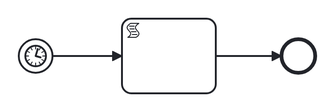
This is conformance/catalog/diagrams/timer-start.png from pblumer/atlas, a BPMN export, as it was before one commit. Its source is kept beside it as conformance/models/timer-start.bpmn. Ids are renumbered. Source of this version:
```xml
<!--
  Conformance micro-fixture: a timer start event.

  A duration timer (PT30S) starts a new instance: timerStart "on_schedule" ->
  script "tick" -> End. There is no CreateInstance call — the suite's Start hook
  arms the start timer, advances the clock past its due date with TimerStart(31s),
  and the timer births the instance, which the inline script self-completes.
-->
<definitions xmlns="http://www.omg.org/spec/BPMN/20100524/MODEL"
             xmlns:bpmndi="http://www.omg.org/spec/BPMN/20100524/DI"
             xmlns:dc="http://www.omg.org/spec/DD/20100524/DC"
             xmlns:di="http://www.omg.org/spec/DD/20100524/DI"
             xmlns:zeebe="http://camunda.org/schema/zeebe/1.0"
             id="defs_timer_start" targetNamespace="http://atlas/conformance">
  <process id="timer-start" name="Timer start" isExecutable="true">
    <startEvent id="on_schedule">
      <timerEventDefinition>
        <timeDuration>PT30S</timeDuration>
      </timerEventDefinition>
    </startEvent>
    <scriptTask id="tick">
      <extensionElements>
        <zeebe:script expression="= 1" resultVariable="fired"/>
      </extensionElements>
    </scriptTask>
    <endEvent id="end"/>
    <sequenceFlow id="f1" sourceRef="on_schedule" targetRef="tick"/>
    <sequenceFlow id="f2" sourceRef="tick" targetRef="end"/>
  </process>
  <bpmndi:BPMNDiagram id="diagram">
    <bpmndi:BPMNPlane id="plane" bpmnElement="timer-start">
      <bpmndi:BPMNShape id="di_on_schedule" bpmnElement="on_schedule"><dc:Bounds x="160" y="182" width="36" height="36"/></bpmndi:BPMNShape>
      <bpmndi:BPMNShape id="di_tick" bpmnElement="tick"><dc:Bounds x="270" y="160" width="100" height="80"/></bpmndi:BPMNShape>
      <bpmndi:BPMNShape id="di_end" bpmnElement="end"><dc:Bounds x="440" y="182" width="36" height="36"/></bpmndi:BPMNShape>
      <bpmndi:BPMNEdge id="di_f1" bpmnElement="f1"><di:waypoint x="196" y="200"/><di:waypoint x="270" y="200"/></bpmndi:BPMNEdge>
      <bpmndi:BPMNEdge id="di_f2" bpmnElement="f2"><di:waypoint x="370" y="200"/><di:waypoint x="440" y="200"/></bpmndi:BPMNEdge>
    </bpmndi:BPMNPlane>
  </bpmndi:BPMNDiagram>
</definitions>
```
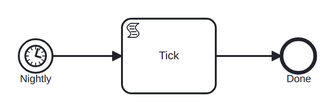
Above is the later version.

Diff of the diagram source:
```diff
@@ -13,17 +13,17 @@
              xmlns:zeebe="http://camunda.org/schema/zeebe/1.0"
              id="defs_timer_start" targetNamespace="http://atlas/conformance">
   <process id="timer-start" name="Timer start" isExecutable="true">
-    <startEvent id="on_schedule">
+    <startEvent id="on_schedule" name="Nightly">
       <timerEventDefinition>
         <timeDuration>PT30S</timeDuration>
       </timerEventDefinition>
     </startEvent>
-    <scriptTask id="tick">
+    <scriptTask id="tick" name="Tick">
       <extensionElements>
         <zeebe:script expression="= 1" resultVariable="fired"/>
       </extensionElements>
     </scriptTask>
-    <endEvent id="end"/>
+    <endEvent id="end" name="Done"/>
     <sequenceFlow id="f1" sourceRef="on_schedule" targetRef="tick"/>
     <sequenceFlow id="f2" sourceRef="tick" targetRef="end"/>
   </process>
```
